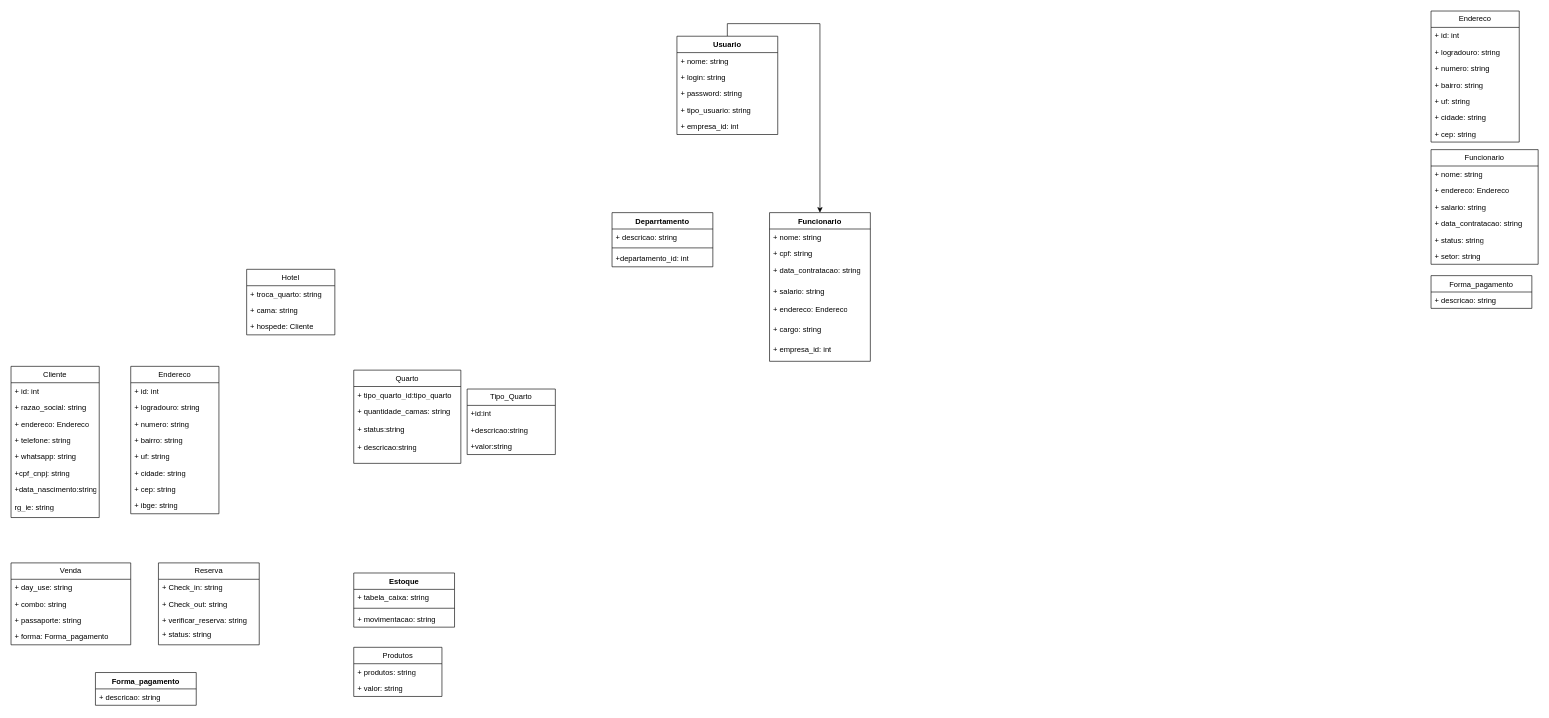
Before: page "Geral" (1 of 4) of Diagrama sem nome.drawio in FSOFTSistemas/Lago, a draw.io diagram. Source tidied: cells renumbered, new cells numbered last; positions are measured from the earlier drawing's top-left corner, leaving out a move shared by most shapes. Both pictures are drawn from the tidied source at 63%, with x=0, y=0 at pixel (11, 11).
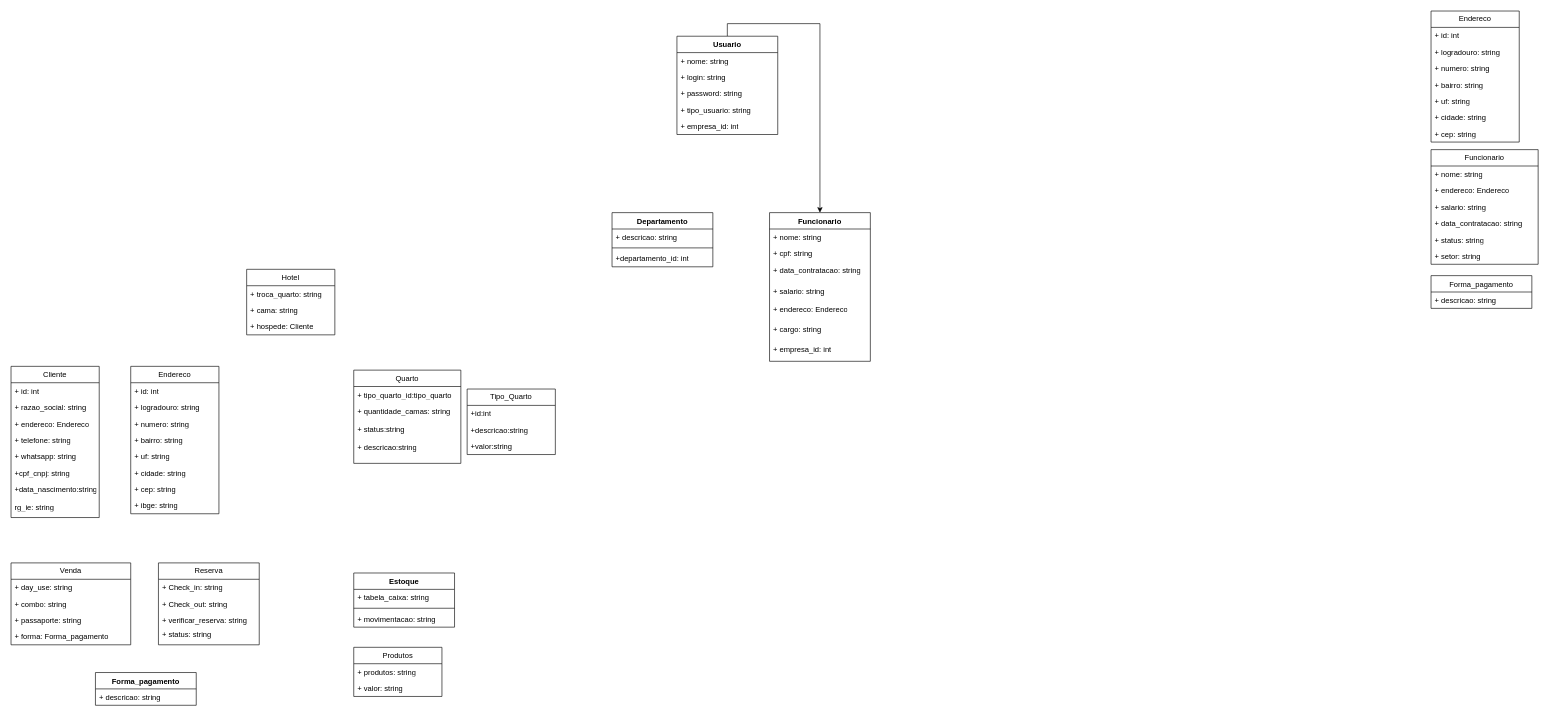
After the change.

The edit, as a diff of the source:
```diff
@@
-    <mxCell id="71" value="Deparrtamento" style="swimlane;fontStyle=1;align=center;verticalAlign=top;horizontal=1;startSize=26;whiteSpace=wrap;html=1;" parent="1" vertex="1">
+    <mxCell id="71" value="Departamento" style="swimlane;fontStyle=1;align=center;verticalAlign=top;horizontal=1;startSize=26;whiteSpace=wrap;html=1;" parent="1" vertex="1">
       <mxGeometry x="954" y="320" width="160" height="86" as="geometry" />
     </mxCell>
```
